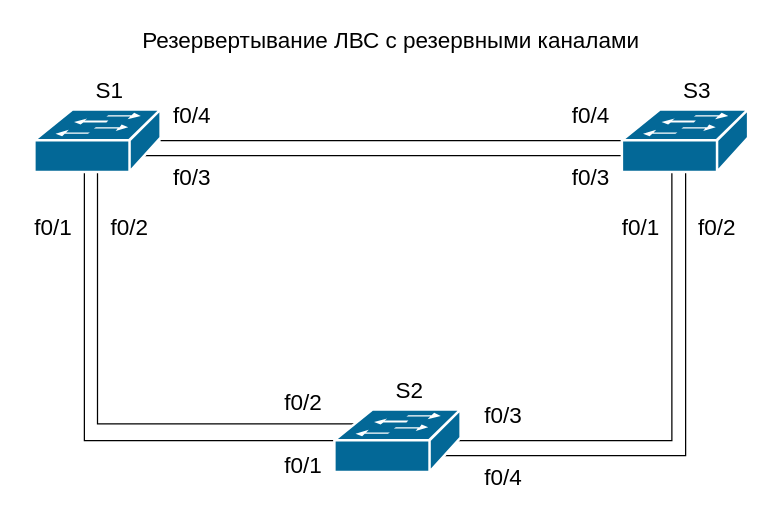
This is 3_lab/Schema.drawio from rain360z/otus-networks, a draw.io file, before an edit. Source tidied: cells renumbered, new cells numbered last; positions are measured from the earlier drawing's top-left corner, leaving out a move shared by most shapes. Both pictures are drawn from the tidied source at 125%, with x=0, y=0 at pixel (21, 21).
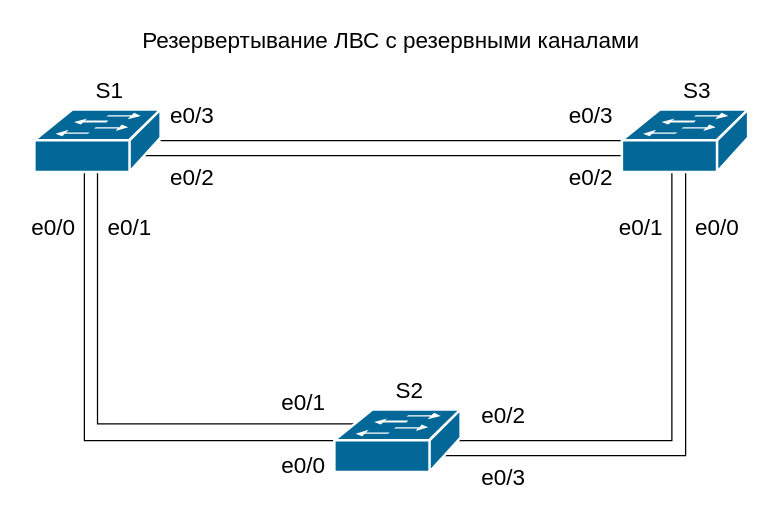
The same diagram, later.

Change to the diagram source:
```diff
@@
-    <mxCell id="14" value="f0/1" style="text;html=1;align=center;verticalAlign=middle;fontSize=18;" parent="1" vertex="1">
+    <mxCell id="14" value="e0/0" style="text;html=1;align=center;verticalAlign=middle;fontSize=18;" parent="1" vertex="1">
       <mxGeometry y="150" width="50" height="30" as="geometry" />
     </mxCell>
-    <mxCell id="15" value="f0/4" style="text;html=1;align=center;verticalAlign=middle;fontSize=18;" parent="1" vertex="1">
+    <mxCell id="15" value="e0/3" style="text;html=1;align=center;verticalAlign=middle;fontSize=18;" parent="1" vertex="1">
       <mxGeometry x="430" y="60" width="50" height="30" as="geometry" />
     </mxCell>
-    <mxCell id="16" value="f0/1" style="text;html=1;align=center;verticalAlign=middle;fontSize=18;" parent="1" vertex="1">
+    <mxCell id="16" value="e0/0" style="text;html=1;align=center;verticalAlign=middle;fontSize=18;" parent="1" vertex="1">
       <mxGeometry x="200" y="340" width="50" height="30" as="geometry" />
     </mxCell>
-    <mxCell id="17" value="f0/2" style="text;html=1;align=center;verticalAlign=middle;fontSize=18;" parent="1" vertex="1">
+    <mxCell id="17" value="e0/1" style="text;html=1;align=center;verticalAlign=middle;fontSize=18;" parent="1" vertex="1">
       <mxGeometry x="200" y="290" width="50" height="30" as="geometry" />
     </mxCell>
-    <mxCell id="18" value="f0/3" style="text;html=1;align=center;verticalAlign=middle;fontSize=18;" parent="1" vertex="1">
+    <mxCell id="18" value="e0/2" style="text;html=1;align=center;verticalAlign=middle;fontSize=18;" parent="1" vertex="1">
       <mxGeometry x="111" y="110" width="50" height="30" as="geometry" />
     </mxCell>
-    <mxCell id="19" value="f0/4" style="text;html=1;align=center;verticalAlign=middle;fontSize=18;" parent="1" vertex="1">
+    <mxCell id="19" value="e0/3" style="text;html=1;align=center;verticalAlign=middle;fontSize=18;" parent="1" vertex="1">
       <mxGeometry x="111" y="60" width="50" height="30" as="geometry" />
     </mxCell>
-    <mxCell id="20" value="f0/3" style="text;html=1;align=center;verticalAlign=middle;fontSize=18;" parent="1" vertex="1">
+    <mxCell id="20" value="e0/2" style="text;html=1;align=center;verticalAlign=middle;fontSize=18;" parent="1" vertex="1">
       <mxGeometry x="360" y="300" width="50" height="30" as="geometry" />
     </mxCell>
-    <mxCell id="21" value="f0/4" style="text;html=1;align=center;verticalAlign=middle;fontSize=18;" parent="1" vertex="1">
+    <mxCell id="21" value="e0/3" style="text;html=1;align=center;verticalAlign=middle;fontSize=18;" parent="1" vertex="1">
       <mxGeometry x="360" y="350" width="50" height="30" as="geometry" />
     </mxCell>
-    <mxCell id="22" value="f0/1" style="text;html=1;align=center;verticalAlign=middle;fontSize=18;" parent="1" vertex="1">
+    <mxCell id="22" value="e0/1" style="text;html=1;align=center;verticalAlign=middle;fontSize=18;" parent="1" vertex="1">
       <mxGeometry x="470" y="150" width="50" height="30" as="geometry" />
     </mxCell>
-    <mxCell id="23" value="f0/2" style="text;html=1;align=center;verticalAlign=middle;fontSize=18;" parent="1" vertex="1">
+    <mxCell id="23" value="e0/0" style="text;html=1;align=center;verticalAlign=middle;fontSize=18;" parent="1" vertex="1">
       <mxGeometry x="531" y="150" width="50" height="30" as="geometry" />
     </mxCell>
-    <mxCell id="24" value="f0/3" style="text;html=1;align=center;verticalAlign=middle;fontSize=18;" parent="1" vertex="1">
+    <mxCell id="24" value="e0/2" style="text;html=1;align=center;verticalAlign=middle;fontSize=18;" parent="1" vertex="1">
       <mxGeometry x="430" y="110" width="50" height="30" as="geometry" />
     </mxCell>
-    <mxCell id="25" value="f0/2" style="text;html=1;align=center;verticalAlign=middle;fontSize=18;" parent="1" vertex="1">
+    <mxCell id="25" value="e0/1" style="text;html=1;align=center;verticalAlign=middle;fontSize=18;" parent="1" vertex="1">
       <mxGeometry x="61" y="150" width="50" height="30" as="geometry" />
     </mxCell>
```
